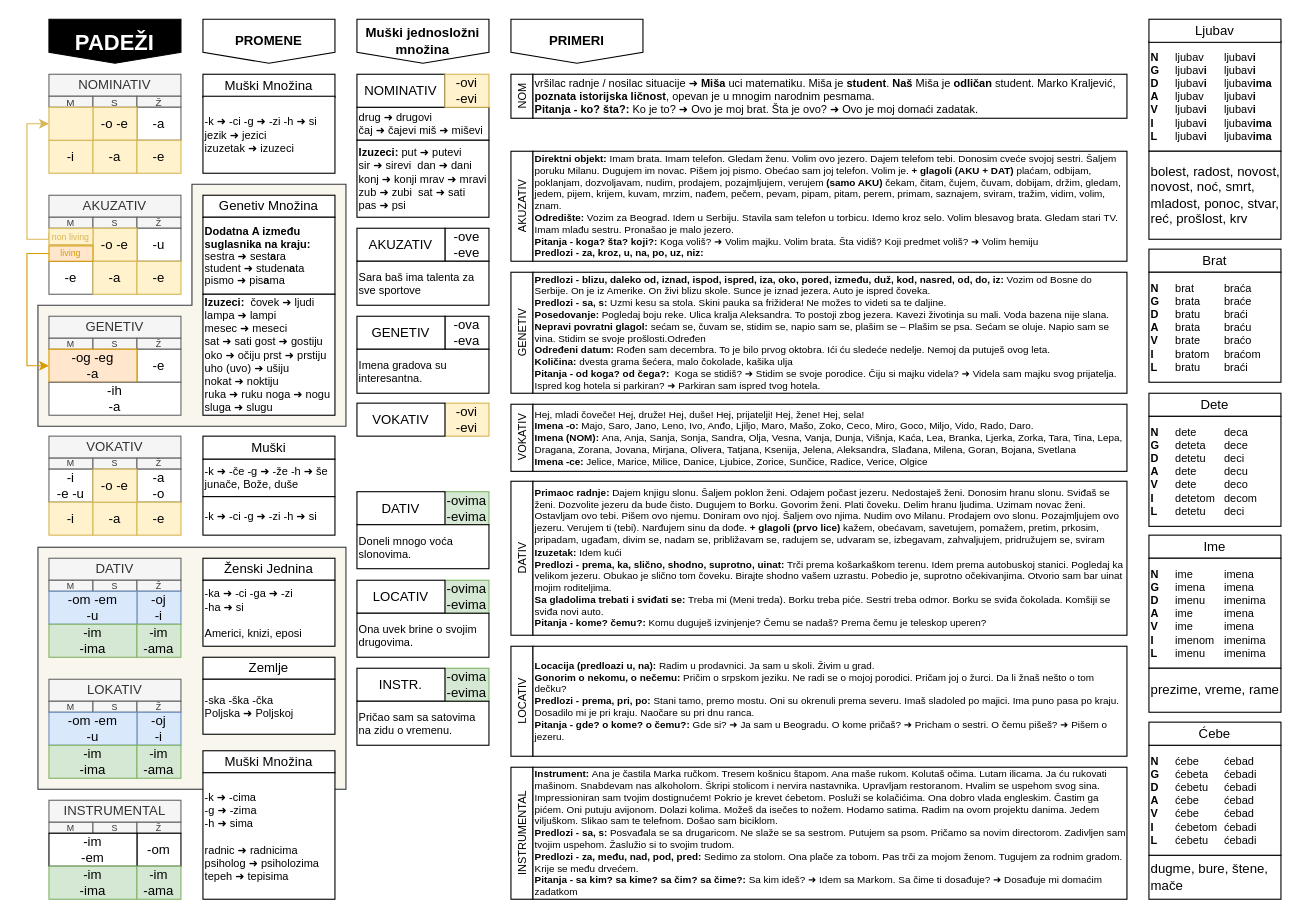
Before: draws/padezi.drawio in vlandivir/srpski, a draw.io diagram. Source tidied: cells renumbered, new cells numbered last; positions are measured from the earlier drawing's top-left corner, leaving out a move shared by most shapes. Both pictures are drawn from the tidied source at 110%, with x=0, y=0 at pixel (26, 19).
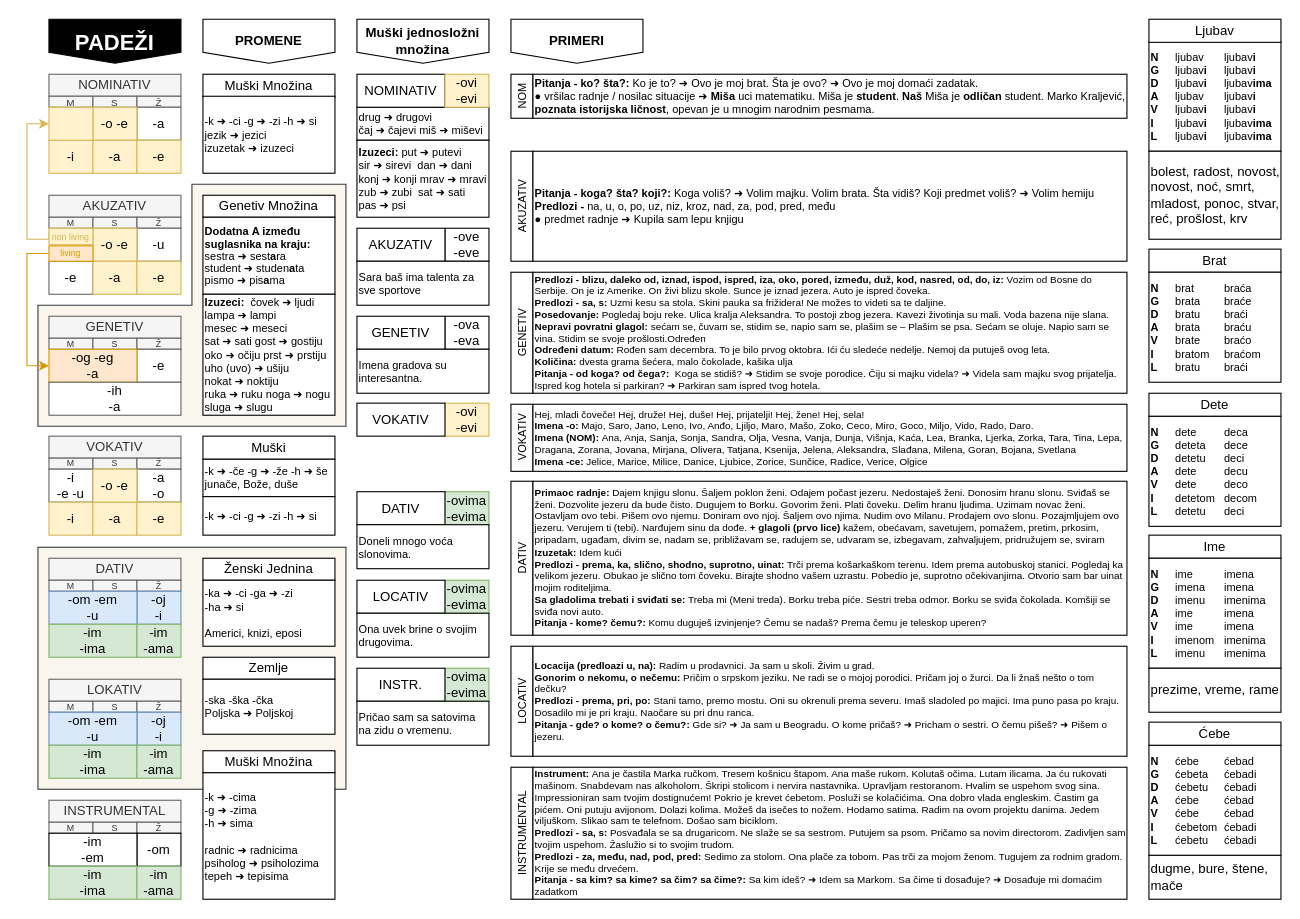
Above is the later version.

Commit message:
Starts with AKU

Change to the diagram source:
```diff
@@
-    <mxCell id="102" value="&lt;font style=&quot;font-size: 10px;&quot;&gt;vršilac radnje / nosilac situacije ➜&amp;nbsp;&lt;b style=&quot;font-size: 10px;&quot;&gt;Miša&lt;/b&gt; uci matematiku. Miša je &lt;b style=&quot;font-size: 10px;&quot;&gt;student&lt;/b&gt;. &lt;b style=&quot;font-size: 10px;&quot;&gt;Naš&lt;/b&gt; Miša je &lt;b style=&quot;font-size: 10px;&quot;&gt;odličan&lt;/b&gt; student. Marko Kraljević, &lt;b style=&quot;font-size: 10px;&quot;&gt;poznata istorijska ličnost&lt;/b&gt;, opevan je u mnogim narodnim pesmama.&lt;br style=&quot;font-size: 10px;&quot;&gt;&lt;b style=&quot;font-size: 10px;&quot;&gt;Pitanja - ko? šta?: &lt;/b&gt;Ko je to? ➜ Ovo je moj brat. Šta je ovo? ➜ Ovo je moj domaći zadatak.&amp;nbsp;&lt;/font&gt;" style="rounded=0;whiteSpace=wrap;html=1;align=left;fontSize=10;" parent="1" vertex="1">
+    <mxCell id="102" value="&lt;font style=&quot;&quot;&gt;&lt;b style=&quot;font-size: 10px; border-color: var(--border-color);&quot;&gt;Pitanja - ko? šta?:&amp;nbsp;&lt;/b&gt;Ko je to? ➜ Ovo je moj brat. Šta je ovo? ➜ Ovo je moj domaći zadatak. &lt;br&gt;&lt;/font&gt;&lt;font style=&quot;font-size: 10px;&quot;&gt;● vršilac radnje / nosilac situacije ➜&amp;nbsp;&lt;b style=&quot;font-size: 10px;&quot;&gt;Miša&lt;/b&gt; uci matematiku. Miša je &lt;b style=&quot;font-size: 10px;&quot;&gt;student&lt;/b&gt;. &lt;b style=&quot;font-size: 10px;&quot;&gt;Naš&lt;/b&gt; Miša je &lt;b style=&quot;font-size: 10px;&quot;&gt;odličan&lt;/b&gt; student. Marko Kraljević, &lt;b style=&quot;font-size: 10px;&quot;&gt;poznata istorijska ličnost&lt;/b&gt;, opevan je u mnogim narodnim pesmama.&lt;br&gt;&lt;/font&gt;" style="rounded=0;whiteSpace=wrap;html=1;align=left;fontSize=10;" parent="1" vertex="1">
       <mxGeometry x="460" y="50" width="540" height="40" as="geometry" />
     </mxCell>
@@
-    <mxCell id="111" value="&lt;b&gt;Direktni objekt&lt;span style=&quot;font-size: 9px;&quot;&gt;:&lt;/span&gt;&lt;/b&gt;&amp;nbsp;Imam brata. Imam telefon. Gledam ženu. Volim ovo jezero. Dajem telefom tebi. Donosim cveće svojoj sestri. Šaljem poruku Milanu. Dugujem im novac. Pišem joj pismo. Obećao sam joj telefon. Volim je. &lt;b&gt;+ glagoli (AKU + DAT) &lt;/b&gt;plaćam, odbijam, poklanjam, dozvoljavam, nudim, prodajem, pozajmljujem, verujem &lt;b&gt;(samo AKU) &lt;/b&gt;čekam, čitam, čujem, čuvam, dobijam, držim, gledam, jedem, pijem, krijem, kuvam, mrzim, nađem, pečem, pevam, pipam, pitam, perem, primam, saznajem, sviram, tražim, vidim, volim, znam.&lt;br&gt;&lt;b&gt;Odredište: &lt;/b&gt;Vozim za Beograd. Idem u Serbiju. Stavila sam telefon u torbicu. Idemo kroz selo. Volim blesavog brata. Gledam stari TV. Imam mlađu sestru. Pronašao je malo jezero.&lt;br&gt;&lt;b style=&quot;border-color: var(--border-color);&quot;&gt;Pitanja - koga? šta? koji?:&amp;nbsp;&lt;/b&gt;Koga voliš? ➜ Volim majku. Volim brata. Šta vidiš? Koji predmet voliš? ➜ Volim hemiju&lt;br&gt;&lt;b&gt;Predlozi - za, kroz, u, na, po, uz, niz:&lt;/b&gt;" style="rounded=0;whiteSpace=wrap;html=1;align=left;fontSize=9;" parent="1" vertex="1">
+    <mxCell id="111" value="&lt;font style=&quot;font-size: 10px;&quot;&gt;&lt;font style=&quot;font-size: 10px;&quot;&gt;&lt;b style=&quot;border-color: var(--border-color);&quot;&gt;Pitanja - koga? šta? koji?:&amp;nbsp;&lt;/b&gt;Koga voliš? ➜ Volim majku. Volim brata. Šta vidiš? Koji predmet voliš? ➜ Volim hemiju&lt;br&gt;&lt;b style=&quot;&quot;&gt;Predlozi -&amp;nbsp;&lt;/b&gt;&lt;/font&gt;na, u, o, po, uz, niz, kroz, nad, za, pod, pred, među&lt;br&gt;● predmet radnje&amp;nbsp;&lt;span style=&quot;&quot;&gt;&lt;/span&gt;&lt;span style=&quot;&quot;&gt;➜&amp;nbsp;&lt;/span&gt;&lt;span style=&quot;&quot;&gt;Kupila sam lepu knjigu&lt;/span&gt;&lt;br&gt;&lt;/font&gt;&lt;span style=&quot;font-size: 10px;&quot;&gt;&lt;/span&gt;" style="rounded=0;whiteSpace=wrap;html=1;align=left;fontSize=9;" parent="1" vertex="1">
       <mxGeometry x="460" y="120" width="540" height="100" as="geometry" />
     </mxCell>
```
